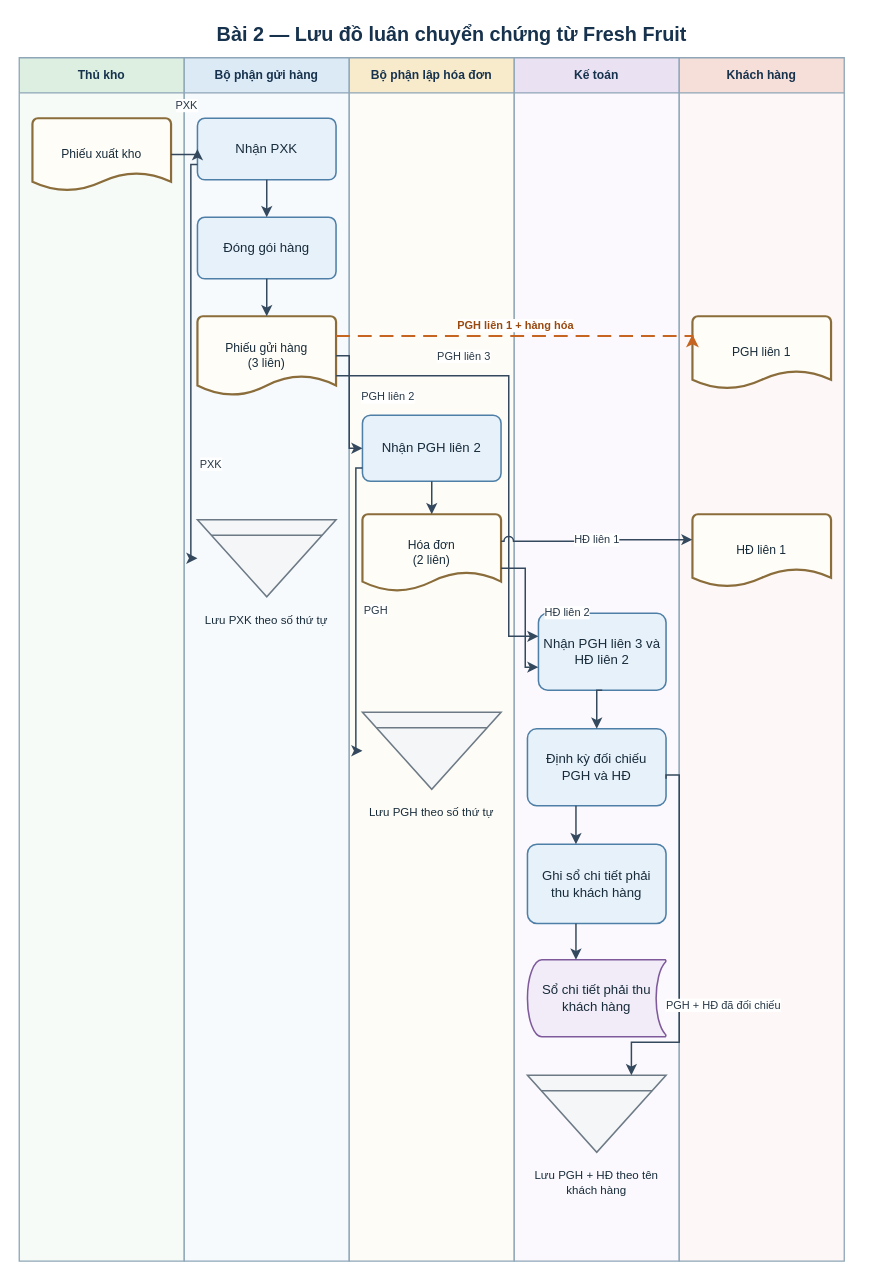
Before: assets/drawio/05_fresh_fruit_flow.drawio in saigonbaddielover/thtrang, a draw.io diagram. Source tidied: cells renumbered, new cells numbered last; positions are measured from the earlier drawing's top-left corner, leaving out a move shared by most shapes. Both pictures are drawn from the tidied source at 110%, with x=0, y=0 at pixel (19, 19).
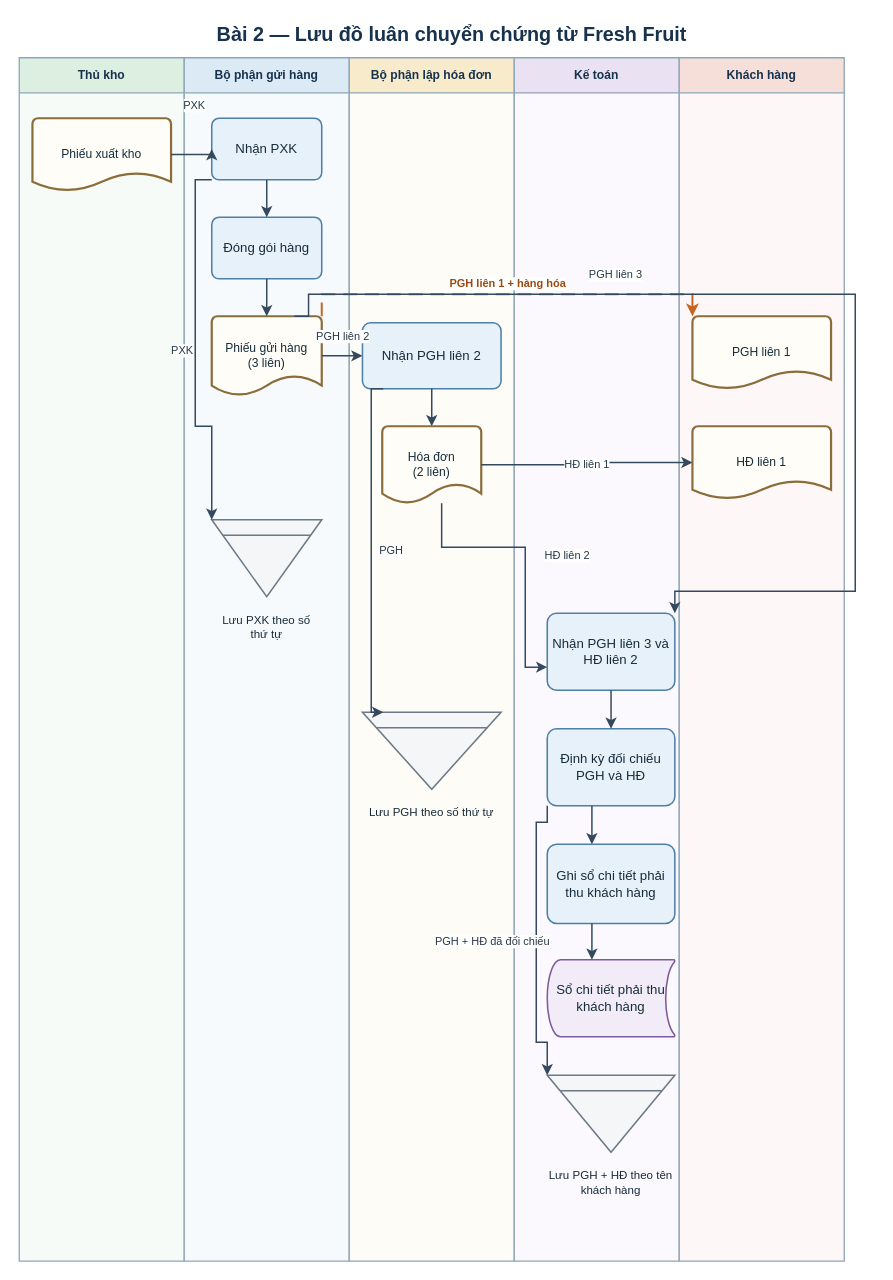
After the change.

Unchanged cells that the change refers to:
```xml
<mxCell id="4" value="Bộ phận gửi hàng" style="swimlane;horizontal=1;startSize=32;html=1;whiteSpace=wrap;fontFamily=Arial;fontSize=11;fontStyle=1;fontColor=#17324D;align=center;verticalAlign=middle;rounded=0;fillColor=#DCEAF6;swimlaneFillColor=#F7FAFD;strokeColor=#8EA6B8;strokeWidth=1.2;" parent="1" vertex="1">
  <mxGeometry x="150" y="35" width="150" height="1094" as="geometry" />
</mxCell>
<mxCell id="5" value="Bộ phận lập hóa đơn" style="swimlane;horizontal=1;startSize=32;html=1;whiteSpace=wrap;fontFamily=Arial;fontSize=11;fontStyle=1;fontColor=#17324D;align=center;verticalAlign=middle;rounded=0;fillColor=#F8EBCB;swimlaneFillColor=#FEFCF6;strokeColor=#8EA6B8;strokeWidth=1.2;" parent="1" vertex="1">
  <mxGeometry x="300" y="35" width="150" height="1094" as="geometry" />
</mxCell>
<mxCell id="6" value="Kế toán" style="swimlane;horizontal=1;startSize=32;html=1;whiteSpace=wrap;fontFamily=Arial;fontSize=11;fontStyle=1;fontColor=#17324D;align=center;verticalAlign=middle;rounded=0;fillColor=#EAE1F3;swimlaneFillColor=#FBF9FD;strokeColor=#8EA6B8;strokeWidth=1.2;" parent="1" vertex="1">
  <mxGeometry x="450" y="35" width="150" height="1094" as="geometry" />
</mxCell>
<mxCell id="7" value="Khách hàng" style="swimlane;horizontal=1;startSize=32;html=1;whiteSpace=wrap;fontFamily=Arial;fontSize=11;fontStyle=1;fontColor=#17324D;align=center;verticalAlign=middle;rounded=0;fillColor=#F6DED9;swimlaneFillColor=#FDF8F7;strokeColor=#8EA6B8;strokeWidth=1.2;" parent="1" vertex="1">
  <mxGeometry x="600" y="35" width="150" height="1094" as="geometry" />
</mxCell>
<mxCell id="15" value="Lưu PGH theo số thứ tự" style="shape=mxgraph.dfd.archive;html=1;whiteSpace=wrap;fontFamily=Arial;align=center;verticalLabelPosition=bottom;verticalAlign=top;fontColor=#172B3A;fontSize=10.5;spacingTop=8;fillColor=#F4F6F7;strokeColor=#6D7A86;strokeWidth=1.4;" parent="5" vertex="1">
  <mxGeometry x="12" y="595" width="126" height="70" as="geometry" />
</mxCell>
<mxCell id="21" value="PGH liên 1" style="strokeWidth=2;shape=mxgraph.flowchart.document2;size=0.25;html=1;whiteSpace=wrap;fontFamily=Arial;align=center;verticalAlign=middle;fontColor=#172B3A;fontSize=11;spacing=4;fillColor=#FFFDF7;strokeColor=#8A6D3B;" parent="7" vertex="1">
  <mxGeometry x="12" y="235" width="126" height="66" as="geometry" />
</mxCell>
```

Diff of the diagram source:
```diff
@@
     <mxCell id="9" value="Nhận PXK" style="rounded=1;arcSize=12;html=1;whiteSpace=wrap;fontFamily=Arial;align=center;verticalAlign=middle;fontColor=#172B3A; fontSize=11;spacing=5;fillColor=#E7F1FA;strokeColor=#4E7FA7;strokeWidth=1.4;" parent="4" vertex="1">
-      <mxGeometry x="12" y="55" width="126" height="56" as="geometry" />
+      <mxGeometry x="25" y="55" width="100" height="56" as="geometry" />
     </mxCell>
     <mxCell id="10" value="Đóng gói hàng" style="rounded=1;arcSize=12;html=1;whiteSpace=wrap;fontFamily=Arial;align=center;verticalAlign=middle;fontColor=#172B3A; fontSize=11;spacing=5;fillColor=#E7F1FA;strokeColor=#4E7FA7;strokeWidth=1.4;" parent="4" vertex="1">
-      <mxGeometry x="12" y="145" width="126" height="56" as="geometry" />
+      <mxGeometry x="25" y="145" width="100" height="56" as="geometry" />
     </mxCell>
     <mxCell id="11" value="Phiếu gửi hàng&lt;br&gt;(3 liên)" style="strokeWidth=2;shape=mxgraph.flowchart.document2;size=0.25;html=1;whiteSpace=wrap;fontFamily=Arial;align=center;verticalAlign=middle;fontColor=#172B3A;fontSize=11;spacing=4;fillColor=#FFFDF7;strokeColor=#8A6D3B;" parent="4" vertex="1">
-      <mxGeometry x="12" y="235" width="126" height="72" as="geometry" />
+      <mxGeometry x="25" y="235" width="100" height="72" as="geometry" />
     </mxCell>
     <mxCell id="12" value="Lưu PXK theo số thứ tự" style="shape=mxgraph.dfd.archive;html=1;whiteSpace=wrap;fontFamily=Arial;align=center;verticalLabelPosition=bottom;verticalAlign=top;fontColor=#172B3A;fontSize=10.5;spacingTop=8;fillColor=#F4F6F7;strokeColor=#6D7A86;strokeWidth=1.4;" parent="4" vertex="1">
-      <mxGeometry x="12" y="420" width="126" height="70" as="geometry" />
+      <mxGeometry x="25" y="420" width="100" height="70" as="geometry" />
     </mxCell>
     <mxCell id="13" value="Nhận PGH liên 2" style="rounded=1;arcSize=12;html=1;whiteSpace=wrap;fontFamily=Arial;align=center;verticalAlign=middle;fontColor=#172B3A; fontSize=11;spacing=5;fillColor=#E7F1FA;strokeColor=#4E7FA7;strokeWidth=1.4;" parent="5" vertex="1">
-      <mxGeometry x="12" y="325" width="126" height="60" as="geometry" />
+      <mxGeometry x="12" y="241" width="126" height="60" as="geometry" />
     </mxCell>
     <mxCell id="14" value="Hóa đơn&lt;br&gt;(2 liên)" style="strokeWidth=2;shape=mxgraph.flowchart.document2;size=0.25;html=1;whiteSpace=wrap;fontFamily=Arial;align=center;verticalAlign=middle;fontColor=#172B3A;fontSize=11;spacing=4;fillColor=#FFFDF7;strokeColor=#8A6D3B;" parent="5" vertex="1">
-      <mxGeometry x="12" y="415" width="126" height="70" as="geometry" />
+      <mxGeometry x="30" y="335" width="90" height="70" as="geometry" />
     </mxCell>
@@
     <mxCell id="16" value="Nhận PGH liên 3 và HĐ liên 2" style="rounded=1;arcSize=12;html=1;whiteSpace=wrap;fontFamily=Arial;align=center;verticalAlign=middle;fontColor=#172B3A; fontSize=11;spacing=5;fillColor=#E7F1FA;strokeColor=#4E7FA7;strokeWidth=1.4;" parent="6" vertex="1">
-      <mxGeometry x="22" y="505" width="116" height="70" as="geometry" />
+      <mxGeometry x="30" y="505" width="116" height="70" as="geometry" />
     </mxCell>
     <mxCell id="17" value="Định kỳ đối chiếu PGH và HĐ" style="rounded=1;arcSize=12;html=1;whiteSpace=wrap;fontFamily=Arial;align=center;verticalAlign=middle;fontColor=#172B3A; fontSize=11;spacing=5;fillColor=#E7F1FA;strokeColor=#4E7FA7;strokeWidth=1.4;" parent="6" vertex="1">
-      <mxGeometry x="12" y="610" width="126" height="70" as="geometry" />
+      <mxGeometry x="30" y="610" width="116" height="70" as="geometry" />
     </mxCell>
     <mxCell id="18" value="Ghi sổ chi tiết phải thu khách hàng" style="rounded=1;arcSize=12;html=1;whiteSpace=wrap;fontFamily=Arial;align=center;verticalAlign=middle;fontColor=#172B3A; fontSize=11;spacing=5;fillColor=#E7F1FA;strokeColor=#4E7FA7;strokeWidth=1.4;" parent="6" vertex="1">
-      <mxGeometry x="12" y="715" width="126" height="72" as="geometry" />
+      <mxGeometry x="30" y="715" width="116" height="72" as="geometry" />
     </mxCell>
     <mxCell id="19" value="Sổ chi tiết phải thu khách hàng" style="shape=mxgraph.flowchart.stored_data;html=1;whiteSpace=wrap;fontFamily=Arial;align=center;verticalAlign=middle;fontColor=#172B3A; fontSize=10.5;spacing=4;fillColor=#F2ECF8;strokeColor=#7E5A9B;strokeWidth=1.4;" parent="6" vertex="1">
-      <mxGeometry x="12" y="820" width="126" height="70" as="geometry" />
+      <mxGeometry x="30" y="820" width="116" height="70" as="geometry" />
     </mxCell>
     <mxCell id="20" value="Lưu PGH + HĐ theo tên khách hàng" style="shape=mxgraph.dfd.archive;html=1;whiteSpace=wrap;fontFamily=Arial;align=center;verticalLabelPosition=bottom;verticalAlign=top;fontColor=#172B3A;fontSize=10.5;spacingTop=8;fillColor=#F4F6F7;strokeColor=#6D7A86;strokeWidth=1.4;" parent="6" vertex="1">
-      <mxGeometry x="12" y="925" width="126" height="70" as="geometry" />
+      <mxGeometry x="30" y="925" width="116" height="70" as="geometry" />
     </mxCell>
@@
     <mxCell id="22" value="HĐ liên 1" style="strokeWidth=2;shape=mxgraph.flowchart.document2;size=0.25;html=1;whiteSpace=wrap;fontFamily=Arial;align=center;verticalAlign=middle;fontColor=#172B3A;fontSize=11;spacing=4;fillColor=#FFFDF7;strokeColor=#8A6D3B;" parent="7" vertex="1">
-      <mxGeometry x="12" y="415" width="126" height="66" as="geometry" />
+      <mxGeometry x="12" y="335" width="126" height="66" as="geometry" />
     </mxCell>
@@
-    <mxCell id="26" value="PGH liên 1 + hàng hóa" style="edgeStyle=orthogonalEdgeStyle;rounded=0;jettySize=auto;html=1;fontFamily=Arial;fontSize=10;fontStyle=1;fontColor=#9A4A11;labelBackgroundColor=#FFFFFF;strokeColor=#C66522;strokeWidth=1.8;dashed=1;dashPattern=7 4;endArrow=classic;endFill=1;exitX=1;exitY=0.25;entryX=0;entryY=0.25;" parent="1" edge="1" source="11" target="21">
+    <mxCell id="26" value="PGH liên 1 + hàng hóa" style="edgeStyle=orthogonalEdgeStyle;rounded=0;jettySize=auto;html=1;fontFamily=Arial;fontSize=10;fontStyle=1;fontColor=#9A4A11;labelBackgroundColor=#FFFFFF;strokeColor=#C66522;strokeWidth=1.8;dashed=1;dashPattern=7 4;endArrow=classic;endFill=1;exitX=1;exitY=0;entryX=0;entryY=0;" parent="1" edge="1" source="11" target="21">
       <mxGeometry relative="1" as="geometry">
-        <Array as="points">
-          <mxPoint x="290" y="288" />
-          <mxPoint x="590" y="288" />
-        </Array>
         <mxPoint y="-10" as="offset" />
       </mxGeometry>
     </mxCell>
     <mxCell id="27" value="PGH liên 2" style="edgeStyle=orthogonalEdgeStyle;rounded=0;jettySize=auto;html=1;fontFamily=Arial;fontSize=10;fontColor=#273746;labelBackgroundColor=#FFFFFF;strokeColor=#34495E;strokeWidth=1.35;endArrow=classic;endFill=1;exitX=1;exitY=0.5;entryX=0;entryY=0.5;" parent="1" edge="1" source="11" target="13">
       <mxGeometry relative="1" as="geometry">
-        <Array as="points">
-          <mxPoint x="300" y="306" />
-          <mxPoint x="300" y="390" />
-        </Array>
-        <mxPoint x="35" y="-5" as="offset" />
+        <mxPoint y="-18" as="offset" />
       </mxGeometry>
     </mxCell>
-    <mxCell id="28" value="PGH liên 3" style="edgeStyle=orthogonalEdgeStyle;rounded=0;jettySize=auto;html=1;fontFamily=Arial;fontSize=10;fontColor=#273746;labelBackgroundColor=#FFFFFF;strokeColor=#34495E;strokeWidth=1.35;endArrow=classic;endFill=1;exitX=1;exitY=0.75;entryX=0;entryY=0.3;" parent="1" edge="1" source="11" target="16">
-      <mxGeometry x="-0.45" relative="1" as="geometry">
+    <mxCell id="28" value="PGH liên 3" style="edgeStyle=orthogonalEdgeStyle;rounded=0;jettySize=auto;html=1;fontFamily=Arial;fontSize=10;fontColor=#273746;labelBackgroundColor=#FFFFFF;strokeColor=#34495E;strokeWidth=1.35;endArrow=classic;endFill=1;exitX=0.75;exitY=0;entryX=1;entryY=0;" parent="1" edge="1" source="11" target="16">
+      <mxGeometry relative="1" as="geometry">
         <Array as="points">
-          <mxPoint x="445" y="324" />
-          <mxPoint x="445" y="561" />
+          <mxPoint x="263" y="250" />
+          <mxPoint x="760" y="250" />
+          <mxPoint x="760" y="520" />
+          <mxPoint x="596" y="520" />
         </Array>
-        <mxPoint y="-18" as="offset" />
+        <mxPoint x="-180" y="-18" as="offset" />
       </mxGeometry>
     </mxCell>
-    <mxCell id="29" value="PXK" style="edgeStyle=orthogonalEdgeStyle;rounded=0;jettySize=auto;html=1;fontFamily=Arial;fontSize=10;fontColor=#273746;labelBackgroundColor=#FFFFFF;strokeColor=#34495E;strokeWidth=1.35;endArrow=classic;endFill=1;exitX=0;exitY=0.75;entryX=0;entryY=0.5;" parent="1" edge="1" source="9" target="12">
-      <mxGeometry x="0.5" relative="1" as="geometry">
+    <mxCell id="29" value="PXK" style="edgeStyle=orthogonalEdgeStyle;rounded=0;jettySize=auto;html=1;fontFamily=Arial;fontSize=10;fontColor=#273746;labelBackgroundColor=#FFFFFF;strokeColor=#34495E;strokeWidth=1.35;endArrow=classic;endFill=1;exitX=0;exitY=1;entryX=0;entryY=0;" parent="1" edge="1" source="9" target="12">
+      <mxGeometry relative="1" as="geometry">
         <Array as="points">
-          <mxPoint x="156" y="132" />
-          <mxPoint x="156" y="490" />
+          <mxPoint x="160" y="146" />
+          <mxPoint x="160" y="370" />
         </Array>
-        <mxPoint x="18" as="offset" />
+        <mxPoint x="-12" as="offset" />
       </mxGeometry>
     </mxCell>
@@
-    <mxCell id="31" value="HĐ liên 1" style="edgeStyle=orthogonalEdgeStyle;rounded=0;jettySize=auto;jumpStyle=arc;jumpSize=8;html=1;fontFamily=Arial;fontSize=10;fontColor=#273746;labelBackgroundColor=#FFFFFF;strokeColor=#34495E;strokeWidth=1.35;endArrow=classic;endFill=1;exitX=1;exitY=0.35;entryX=0;entryY=0.35;" parent="1" edge="1" source="14" target="22">
+    <mxCell id="31" value="HĐ liên 1" style="edgeStyle=orthogonalEdgeStyle;rounded=0;jettySize=auto;html=1;fontFamily=Arial;fontSize=10;fontColor=#273746;labelBackgroundColor=#FFFFFF;strokeColor=#34495E;strokeWidth=1.35;endArrow=classic;endFill=1;exitX=1;exitY=0.5;entryX=0;entryY=0.5;" parent="1" edge="1" source="14" target="22">
       <mxGeometry relative="1" as="geometry" />
     </mxCell>
-    <mxCell id="32" value="HĐ liên 2" style="edgeStyle=orthogonalEdgeStyle;rounded=0;jettySize=auto;html=1;fontFamily=Arial;fontSize=10;fontColor=#273746;labelBackgroundColor=#FFFFFF;strokeColor=#34495E;strokeWidth=1.35;endArrow=classic;endFill=1;exitX=1;exitY=0.7;entryX=0;entryY=0.7;" parent="1" edge="1" source="14" target="16">
+    <mxCell id="32" value="HĐ liên 2" style="edgeStyle=orthogonalEdgeStyle;rounded=0;jettySize=auto;html=1;fontFamily=Arial;fontSize=10;fontColor=#273746;labelBackgroundColor=#FFFFFF;strokeColor=#34495E;strokeWidth=1.35;endArrow=classic;endFill=1;exitX=0.6;exitY=1;entryX=0;entryY=0.7;" parent="1" edge="1" source="14" target="16">
       <mxGeometry relative="1" as="geometry">
         <Array as="points">
-          <mxPoint x="460" y="499" />
-          <mxPoint x="460" y="589" />
+          <mxPoint x="384" y="480" />
+          <mxPoint x="460" y="480" />
         </Array>
         <mxPoint x="38" as="offset" />
       </mxGeometry>
     </mxCell>
-    <mxCell id="33" value="PGH" style="edgeStyle=orthogonalEdgeStyle;rounded=0;jettySize=auto;html=1;fontFamily=Arial;fontSize=10;fontColor=#273746;labelBackgroundColor=#FFFFFF;strokeColor=#34495E;strokeWidth=1.35;endArrow=classic;endFill=1;exitX=0;exitY=0.8;entryX=0;entryY=0.5;" parent="1" edge="1" source="13" target="15">
+    <mxCell id="33" value="PGH" style="edgeStyle=orthogonalEdgeStyle;rounded=0;jettySize=auto;html=1;fontFamily=Arial;fontSize=10;fontColor=#273746;labelBackgroundColor=#FFFFFF;strokeColor=#34495E;strokeWidth=1.35;endArrow=classic;endFill=1;exitX=0.15;exitY=1;entryX=0.15;entryY=0;" parent="1" edge="1" source="13" target="15">
       <mxGeometry relative="1" as="geometry">
         <Array as="points">
-          <mxPoint x="306" y="408" />
-          <mxPoint x="306" y="665" />
+          <mxPoint x="320" y="336" />
+          <mxPoint x="320" y="630" />
         </Array>
         <mxPoint x="18" as="offset" />
       </mxGeometry>
     </mxCell>
@@
-    <mxCell id="37" value="PGH + HĐ đã đối chiếu" style="edgeStyle=orthogonalEdgeStyle;rounded=0;jettySize=auto;html=1;fontFamily=Arial;fontSize=10;fontColor=#273746;labelBackgroundColor=#FFFFFF;strokeColor=#34495E;strokeWidth=1.35;endArrow=classic;endFill=1;exitX=1;exitY=0.65;entryX=0.75;entryY=0;" parent="1" edge="1" source="17" target="20">
-      <mxGeometry x="0.35" relative="1" as="geometry">
+    <mxCell id="37" value="PGH + HĐ đã đối chiếu" style="edgeStyle=orthogonalEdgeStyle;rounded=0;jettySize=auto;html=1;fontFamily=Arial;fontSize=10;fontColor=#273746;labelBackgroundColor=#FFFFFF;strokeColor=#34495E;strokeWidth=1.35;endArrow=classic;endFill=1;exitX=0;exitY=1;entryX=0;entryY=0;" parent="1" edge="1" source="17" target="20">
+      <mxGeometry relative="1" as="geometry">
         <Array as="points">
-          <mxPoint x="600" y="687" />
-          <mxPoint x="600" y="930" />
-          <mxPoint x="557" y="930" />
+          <mxPoint x="470" y="730" />
+          <mxPoint x="470" y="930" />
         </Array>
-        <mxPoint x="40" as="offset" />
+        <mxPoint x="-40" as="offset" />
       </mxGeometry>
     </mxCell>
```
